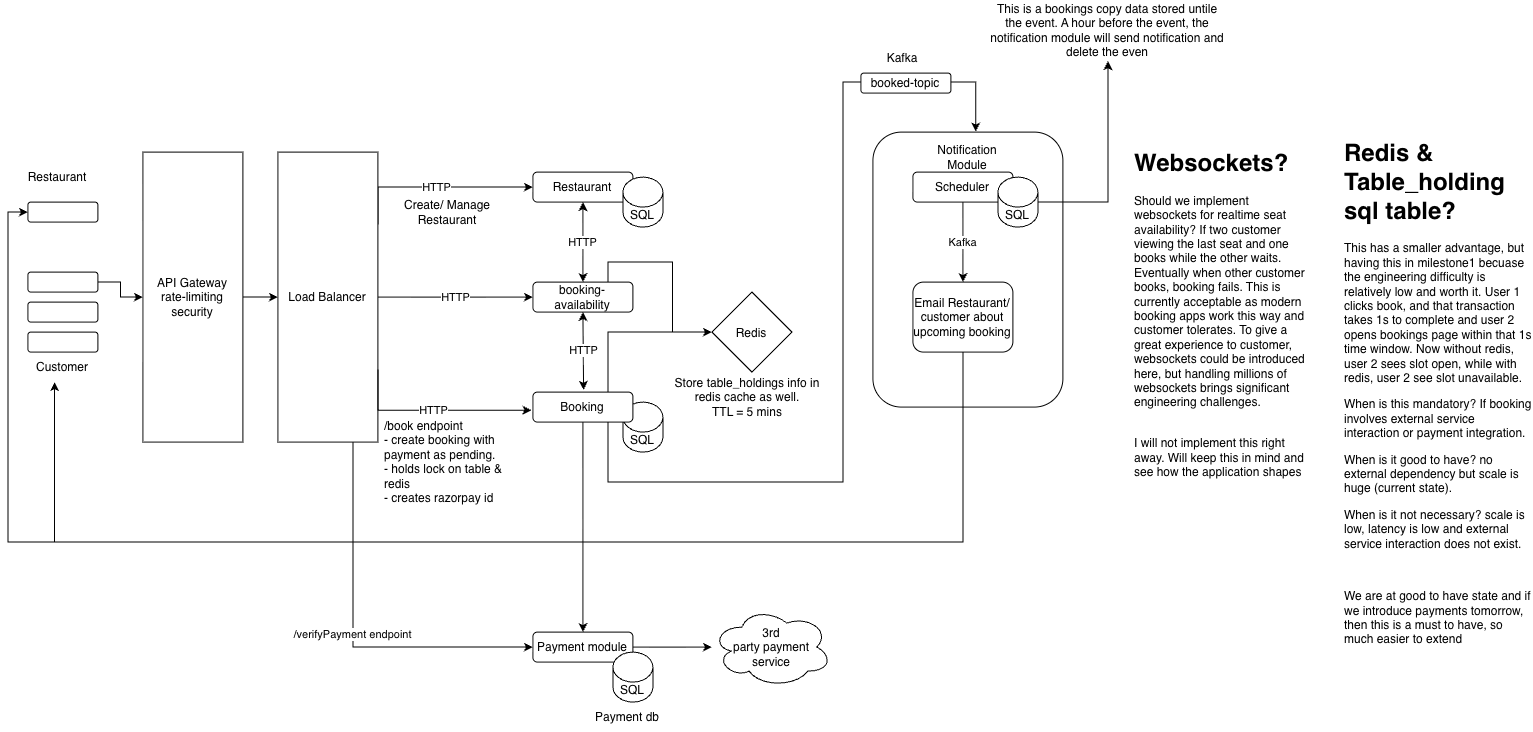
The draw.io diagram table-booking/restaurant-table-booking.drawio.png in harirehm/draw.io, before a commit. Source tidied: cells renumbered, new cells last; positions are measured from the earlier drawing's top-left corner, leaving out a move shared by most shapes.
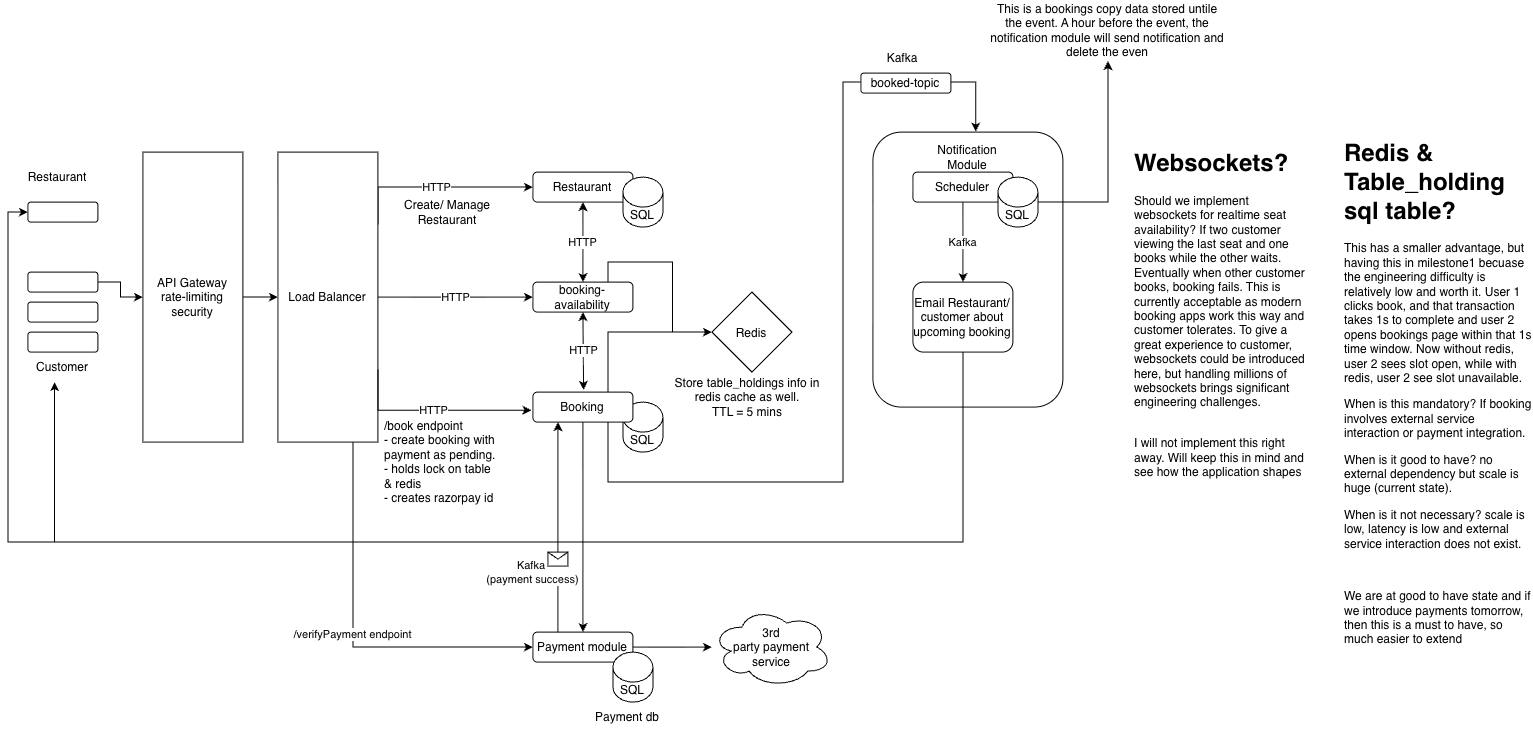
The same diagram one commit later.

The edit, as a diff of the source:
```diff
@@ -161,7 +161,7 @@
       <mxGeometry x="980" width="240" height="61" as="geometry" />
     </mxCell>
     <mxCell id="45" value="/book endpoint&lt;div&gt;- create booking with payment as pending.&lt;/div&gt;&lt;div&gt;- holds lock on table &amp;amp; redis&lt;/div&gt;&lt;div&gt;- creates razorpay id&lt;/div&gt;" style="text;html=1;whiteSpace=wrap;strokeColor=none;fillColor=none;align=left;verticalAlign=top;rounded=0;" parent="1" vertex="1">
-      <mxGeometry x="375" y="412" width="130" height="120" as="geometry" />
+      <mxGeometry x="375" y="412" width="120" height="120" as="geometry" />
     </mxCell>
     <mxCell id="46" style="edgeStyle=orthogonalEdgeStyle;rounded=0;jettySize=auto;html=1;" parent="1" edge="1" source="47" target="48">
       <mxGeometry relative="1" as="geometry" />
@@ -178,5 +178,13 @@
     <mxCell id="50" value="Payment db" style="text;html=1;whiteSpace=wrap;strokeColor=none;fillColor=none;align=center;verticalAlign=middle;rounded=0;" parent="1" vertex="1">
       <mxGeometry x="585" y="702" width="70" height="30" as="geometry" />
     </mxCell>
+    <mxCell id="51" value="Kafka&amp;nbsp;&lt;br&gt;(payment success)" style="endArrow=classic;html=1;rounded=0;exitX=0.25;exitY=0;exitDx=0;exitDy=0;entryX=0.25;entryY=1;entryDx=0;entryDy=0;" parent="1" edge="1" source="47" target="25">
+      <mxGeometry x="-0.43" y="25" relative="1" as="geometry" />
+    </mxCell>
+    <mxCell id="52" style="shape=message;html=1;" parent="51" vertex="1">
+      <mxGeometry width="20" height="14" relative="1" as="geometry">
+        <mxPoint x="-10" y="25" as="offset" />
+      </mxGeometry>
+    </mxCell>
   </root>
 </mxGraphModel>
```
